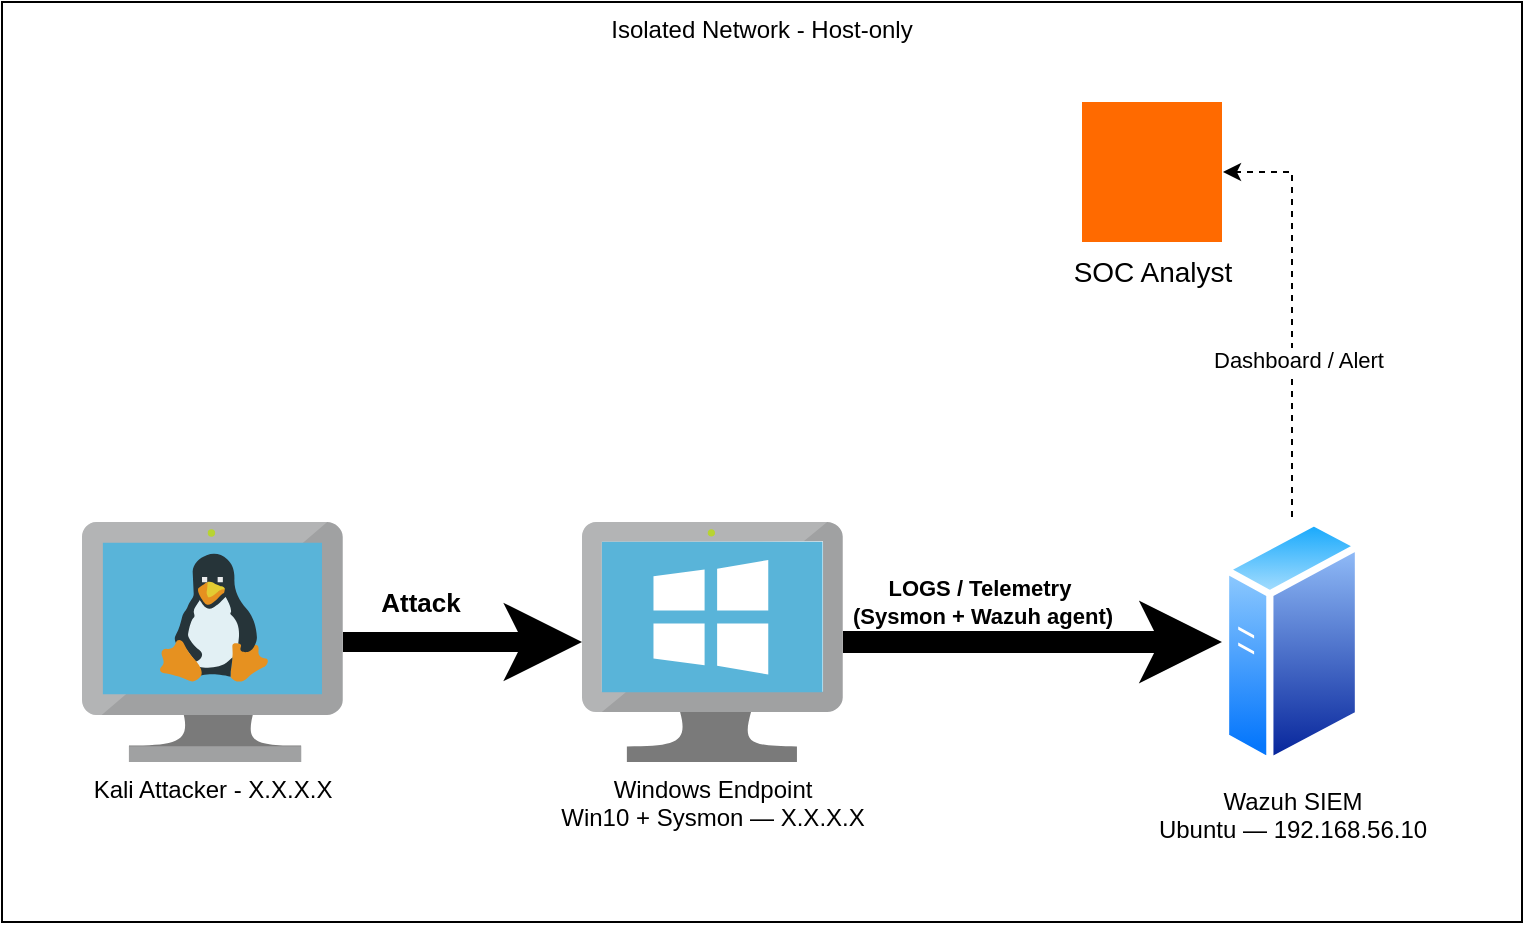
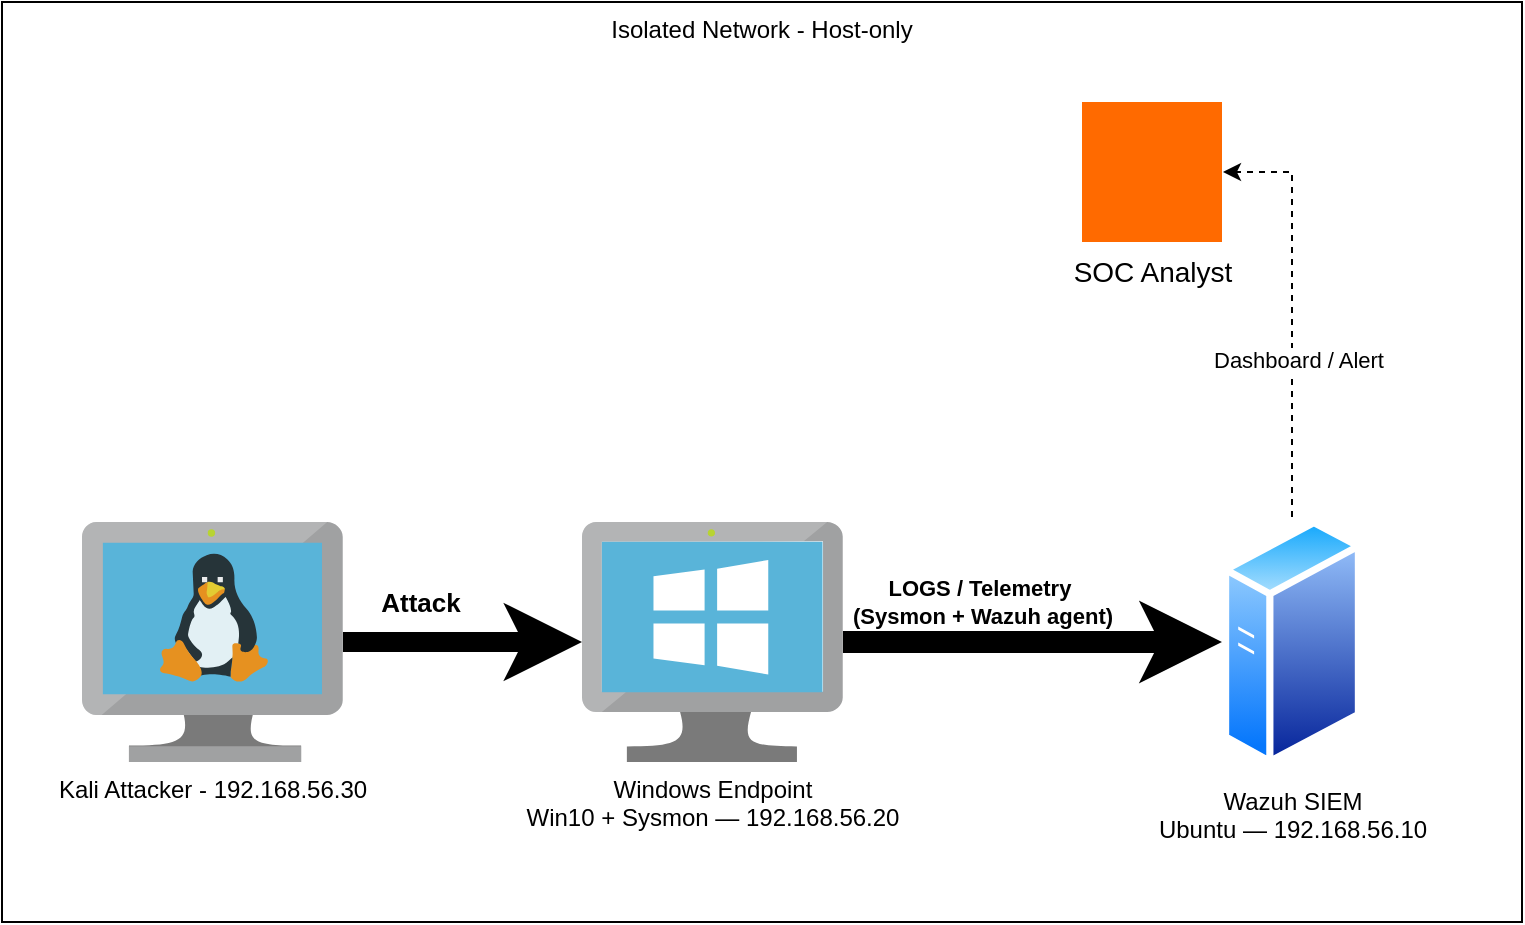
<mxfile host="app.diagrams.net">
  <diagram name="Page-1" id="hT-6P2xBjzHvelPhZcTU">
    <mxGraphModel dx="1414" dy="777" grid="1" gridSize="10" guides="1" tooltips="1" connect="1" arrows="1" fold="1" page="1" pageScale="1" pageWidth="430" pageHeight="300" math="0" shadow="0">
      <root>
        <mxCell id="0" />
        <mxCell id="1" parent="0" />
        <mxCell id="Nxo7cznit1PW4uO8oLjr-1" parent="1" style="rounded=0;whiteSpace=wrap;html=1;fillColor=none;align=center;verticalAlign=top;" value="Isolated Network - Host-only" vertex="1">
          <mxGeometry height="460" width="760" x="40" y="70" as="geometry" />
        </mxCell>
        <mxCell id="Nxo7cznit1PW4uO8oLjr-8" edge="1" parent="1" source="Nxo7cznit1PW4uO8oLjr-2" style="edgeStyle=orthogonalEdgeStyle;rounded=0;orthogonalLoop=1;jettySize=auto;html=1;strokeWidth=11;strokeColor=light-dark(#000000,#3399FF);" target="Nxo7cznit1PW4uO8oLjr-5">
          <mxGeometry relative="1" as="geometry" />
        </mxCell>
        <mxCell id="Nxo7cznit1PW4uO8oLjr-9" connectable="0" parent="Nxo7cznit1PW4uO8oLjr-8" style="edgeLabel;html=1;align=center;verticalAlign=middle;resizable=0;points=[];labelBackgroundColor=none;fontStyle=1" value="LOGS / Telemetry&amp;nbsp;&lt;div&gt;(Sysmon + Wazuh agent)&lt;/div&gt;" vertex="1">
          <mxGeometry relative="1" x="0.1292" y="3" as="geometry">
            <mxPoint x="-38" y="-17" as="offset" />
          </mxGeometry>
        </mxCell>
-         <mxCell id="Nxo7cznit1PW4uO8oLjr-2" parent="1" style="image;sketch=0;aspect=fixed;html=1;points=[];align=center;fontSize=12;image=img/lib/mscae/VirtualMachineWindows.svg;labelPosition=center;verticalLabelPosition=bottom;verticalAlign=top;" value="Windows Endpoint&lt;div&gt;Win10 + Sysmon — X.X.X.X&lt;/div&gt;" vertex="1">
+         <mxCell id="Nxo7cznit1PW4uO8oLjr-2" parent="1" style="image;sketch=0;aspect=fixed;html=1;points=[];align=center;fontSize=12;image=img/lib/mscae/VirtualMachineWindows.svg;labelPosition=center;verticalLabelPosition=bottom;verticalAlign=top;" value="Windows Endpoint&lt;div&gt;Win10 + Sysmon —&amp;nbsp;&lt;span style=&quot;background-color: light-dark(#ffffff, var(--ge-dark-color, #121212)); color: light-dark(rgb(0, 0, 0), rgb(255, 255, 255));&quot;&gt;192.168.56.20&lt;/span&gt;&lt;/div&gt;" vertex="1">
          <mxGeometry height="120" width="130.43" x="330" y="330" as="geometry" />
        </mxCell>
        <mxCell id="Nxo7cznit1PW4uO8oLjr-6" edge="1" parent="1" source="Nxo7cznit1PW4uO8oLjr-4" style="edgeStyle=orthogonalEdgeStyle;rounded=0;orthogonalLoop=1;jettySize=auto;html=1;fontColor=light-dark(#000000,#FF0000);labelBackgroundColor=light-dark(#FFFFFF,transparent);fontSize=17;startSize=17;endSize=7;strokeWidth=10;strokeColor=light-dark(#000000,#FF0000);" target="Nxo7cznit1PW4uO8oLjr-2">
          <mxGeometry relative="1" as="geometry">
            <Array as="points">
              <mxPoint x="270" y="390" />
              <mxPoint x="270" y="390" />
            </Array>
          </mxGeometry>
        </mxCell>
        <mxCell id="Nxo7cznit1PW4uO8oLjr-7" connectable="0" parent="Nxo7cznit1PW4uO8oLjr-6" style="edgeLabel;html=1;align=center;verticalAlign=middle;resizable=0;points=[];labelBackgroundColor=none;fontColor=light-dark(#000000,#FFFFFF);fontSize=13;fontStyle=1;labelBorderColor=none;" value="Attack" vertex="1">
          <mxGeometry relative="1" x="-0.4514" y="-1" as="geometry">
            <mxPoint x="5" y="-21" as="offset" />
          </mxGeometry>
        </mxCell>
-         <mxCell id="Nxo7cznit1PW4uO8oLjr-4" parent="1" style="image;sketch=0;aspect=fixed;html=1;points=[];align=center;fontSize=12;image=img/lib/mscae/VM_Linux.svg;labelPosition=center;verticalLabelPosition=bottom;verticalAlign=top;" value="Kali Attacker -&amp;nbsp;X.X.X.X" vertex="1">
+         <mxCell id="Nxo7cznit1PW4uO8oLjr-4" parent="1" style="image;sketch=0;aspect=fixed;html=1;points=[];align=center;fontSize=12;image=img/lib/mscae/VM_Linux.svg;labelPosition=center;verticalLabelPosition=bottom;verticalAlign=top;" value="Kali Attacker -&amp;nbsp;192.168.56.30" vertex="1">
          <mxGeometry height="120" width="130.43" x="80" y="330" as="geometry" />
        </mxCell>
        <mxCell id="Nxo7cznit1PW4uO8oLjr-5" parent="1" style="image;aspect=fixed;perimeter=ellipsePerimeter;html=1;align=center;shadow=0;dashed=0;spacingTop=3;image=img/lib/active_directory/generic_server.svg;verticalAlign=top;labelPosition=center;verticalLabelPosition=bottom;" value="Wazuh SIEM&lt;div&gt;Ubuntu — 192.168.56.10&lt;/div&gt;" vertex="1">
          <mxGeometry height="125" width="70" x="650" y="327.5" as="geometry" />
        </mxCell>
        <mxCell id="Nxo7cznit1PW4uO8oLjr-10" parent="1" style="points=[];aspect=fixed;html=1;align=center;shadow=0;dashed=0;fillColor=#FF6A00;strokeColor=none;shape=mxgraph.alibaba_cloud.user;fontSize=14;verticalAlign=top;labelPosition=center;verticalLabelPosition=bottom;" value="SOC Analyst" vertex="1">
          <mxGeometry height="70" width="70" x="580" y="120" as="geometry" />
        </mxCell>
        <mxCell id="Nxo7cznit1PW4uO8oLjr-14" edge="1" parent="1" source="Nxo7cznit1PW4uO8oLjr-5" style="edgeStyle=orthogonalEdgeStyle;rounded=0;orthogonalLoop=1;jettySize=auto;html=1;entryX=1.007;entryY=0.5;entryDx=0;entryDy=0;entryPerimeter=0;dashed=1;" target="Nxo7cznit1PW4uO8oLjr-10">
          <mxGeometry relative="1" as="geometry" />
        </mxCell>
        <mxCell id="Nxo7cznit1PW4uO8oLjr-15" connectable="0" parent="Nxo7cznit1PW4uO8oLjr-14" style="edgeLabel;html=1;align=center;verticalAlign=middle;resizable=0;points=[];" value="Dashboard / Alert" vertex="1">
          <mxGeometry relative="1" x="-0.2394" y="-3" as="geometry">
            <mxPoint as="offset" />
          </mxGeometry>
        </mxCell>
      </root>
    </mxGraphModel>
  </diagram>
</mxfile>
